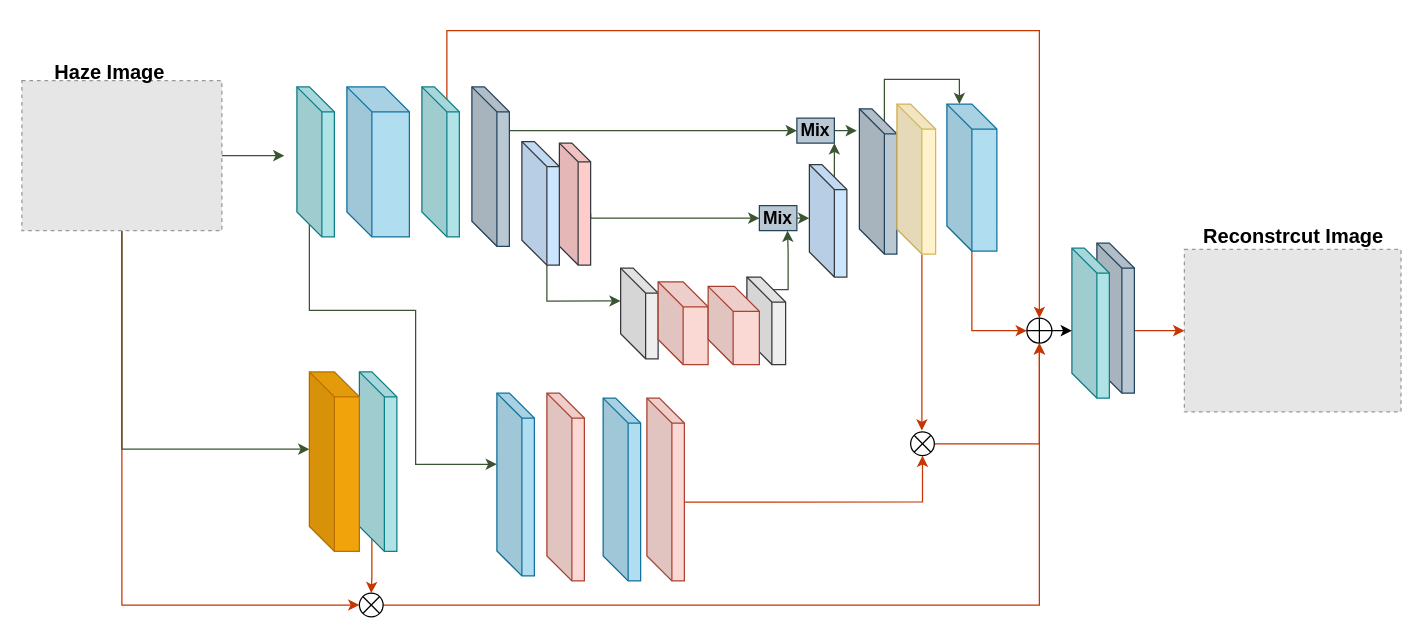
The draw.io diagram 未命名绘图.drawio in June1238/DenseDepth, before the edit. Source tidied: cells renumbered, new cells numbered last; positions are measured from the earlier drawing's top-left corner, leaving out a move shared by most shapes. Both pictures are drawn from the tidied source at 125%, with x=0, y=0 at pixel (21, 30). Pictures stored in the file or linked from it are replaced by grey dashed boxes.
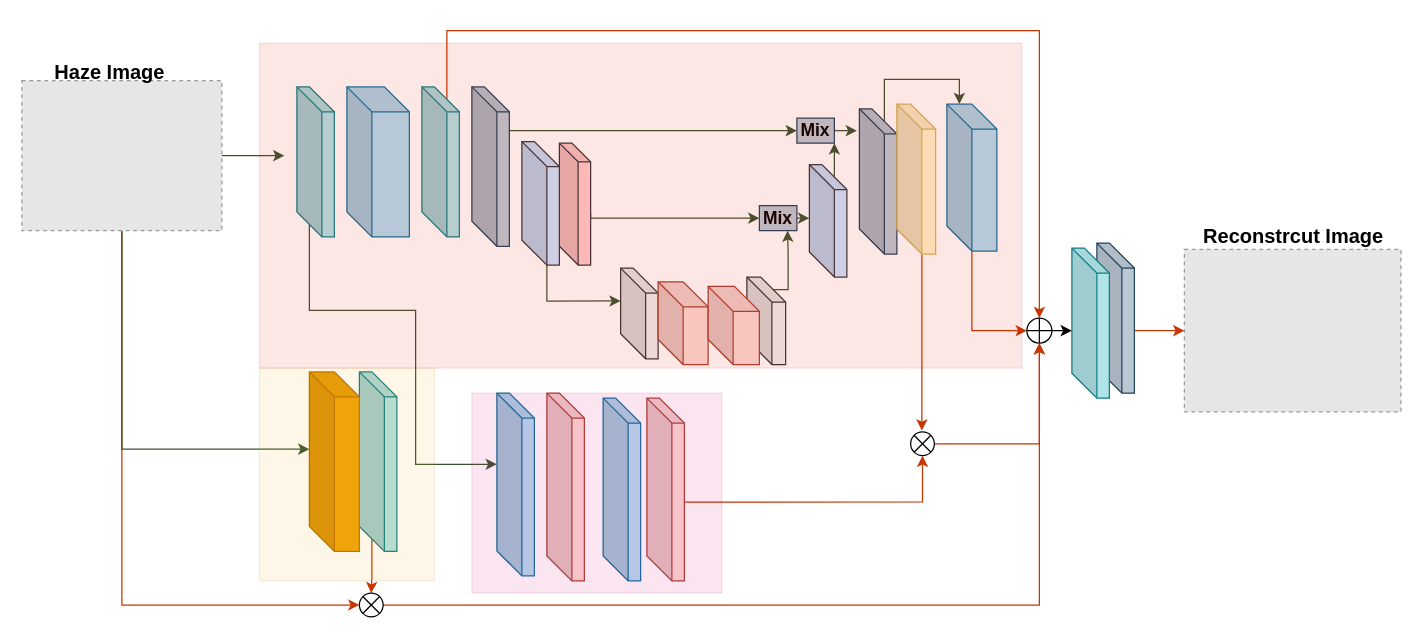
The same diagram, later.

The edit, as a diff of the source:
```diff
@@
+    <mxCell id="54" style="rounded=0;whiteSpace=wrap;html=1;opacity=10;fillColor=#f0a30a;fontColor=#000000;strokeColor=#BD7000;" parent="1" vertex="1">
+      <mxGeometry x="190" y="270" width="140" height="170" as="geometry" />
+    </mxCell>
+    <mxCell id="55" style="rounded=0;whiteSpace=wrap;html=1;opacity=10;fillColor=#e51400;fontColor=#ffffff;strokeColor=#B20000;" parent="1" vertex="1">
+      <mxGeometry x="190" y="10" width="610" height="260" as="geometry" />
+    </mxCell>
+    <mxCell id="56" style="rounded=0;whiteSpace=wrap;html=1;opacity=10;fillColor=#d80073;strokeColor=#A50040;fontColor=#ffffff;" parent="1" vertex="1">
+      <mxGeometry x="360" y="290" width="200" height="160" as="geometry" />
+    </mxCell>
```
